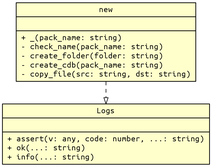
The Graphviz diagram docs/class-diagram.png in piface314/ygo-fabrica, before a commit. Its source is kept beside it as docs/class-diagram.dot.
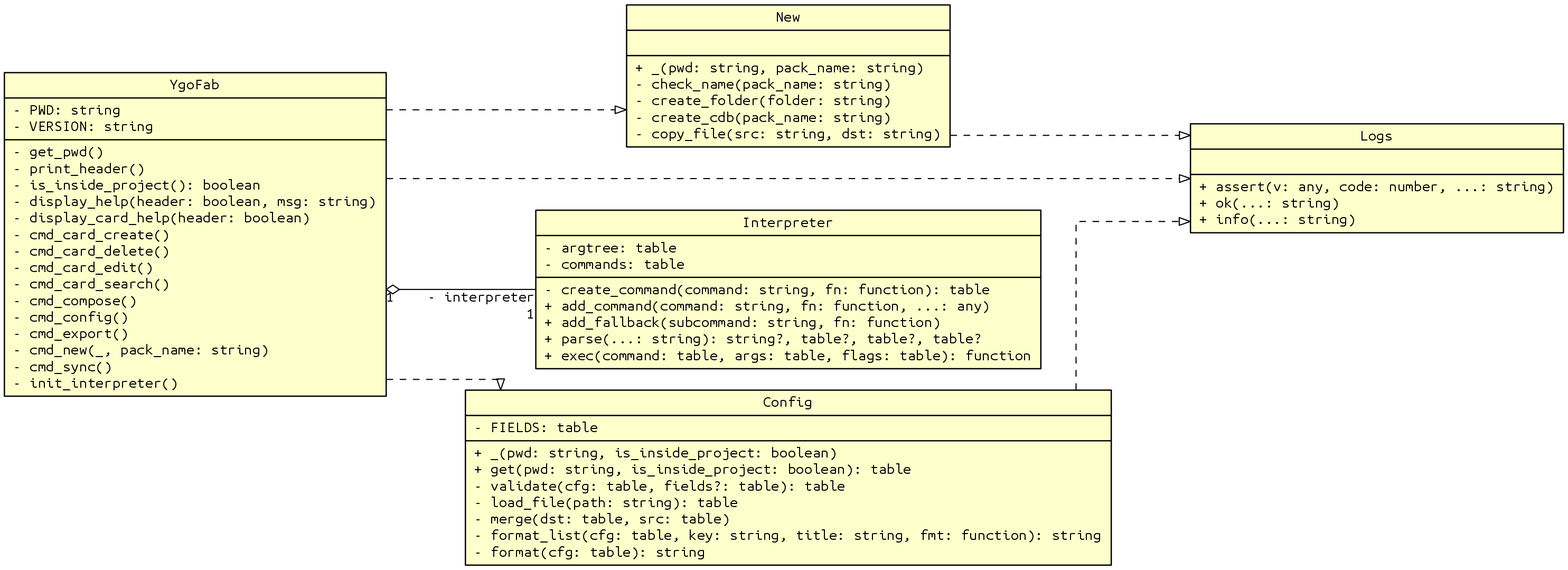
Above is the later version.

Commit message:
Improved config field validation

Change to the diagram source:
```diff
@@ -1,8 +1,10 @@
 digraph {
-  dpi = 200
+  dpi = 150
   splines = ortho
   fontname = "mono"
-  edge [fontname = "Ubuntu Mono"]
+  rankdir = "LR"
+  ranksep = 1
+  edge [fontname = "Ubuntu Mono", dir="both"]
   node [
     shape = record,
     fontname = "Ubuntu Mono",
@@ -10,8 +12,28 @@
     fillcolor = "#ffffcc",
     penwidth = 1.2
   ]
-  new [label="{ new | |
-+ _(pack_name: string)\l
+  ygofab [label=" YgoFab |
+- PWD: string\l
+- VERSION: string\l
+  |
+- get_pwd()\l
+- print_header()\l
+- is_inside_project(): boolean\l
+- display_help(header: boolean, msg: string)\l
+- display_card_help(header: boolean)\l
+- cmd_card_create()\l
+- cmd_card_delete()\l
+- cmd_card_edit()\l
+- cmd_card_search()\l
+- cmd_compose()\l
+- cmd_config()\l
+- cmd_export()\l
+- cmd_new(_, pack_name: string)\l
+- cmd_sync()\l
+- init_interpreter()\l
+  "]
+  new [label=" New | |
++ _(pwd: string, pack_name: string)\l
 - check_name(pack_name: string)\l
 - create_folder(folder: string)\l
 - create_cdb(pack_name: string)\l
@@ -21,6 +43,62 @@
 + assert(v: any, code: number, ...: string)\l
 + ok(...: string)\l
 + info(...: string)\l
-  }"]
-  new -> logs [style = "dashed", arrowhead = "empty"];
+  "]
+  interpreter [label=" Interpreter |
+- argtree: table\l
+- commands: table\l
+  |
+- create_command(command: string, fn: function): table\l
++ add_command(command: string, fn: function, ...: any)\l
++ add_fallback(subcommand: string, fn: function)\l
++ parse(...: string): string?, table?, table?, table?\l
++ exec(command: table, args: table, flags: table): function\l
+  "]
+  logs [label=" Logs | |
++ assert(v: any, code: number, ...: string)\l
++ ok(...: string)\l
++ info(...: string)\l
+  "]
+  config [label=" Config |
+- FIELDS: table\l
+  |
++ _(pwd: string, is_inside_project: boolean)\l
++ get(pwd: string, is_inside_project: boolean): table\l
+- validate(cfg: table, fields?: table): table\l
+- load_file(path: string): table\l
+- merge(dst: table, src: table)\l
+- format_list(cfg: table, key: string, title: string, fmt: function): string\l
+- format(cfg: table): string\l
+  "]
+  ygofab -> interpreter [
+    taillabel="1"
+    headlabel="- interpreter\r1\r"
+    arrowtail="odiamond"
+    arrowhead="none"
+  ]
+  ygofab -> logs [
+    style = "dashed"
+    arrowhead = "empty"
+    arrowtail = "none"
+  ]
+  new -> logs [
+    style = "dashed"
+    arrowhead = "empty"
+    arrowtail = "none"
+  ]
+  config -> logs [
+    style = "dashed"
+    arrowhead = "empty"
+    arrowtail = "none"
+  ]
+  ygofab -> new [
+    style = "dashed"
+    arrowhead = "empty"
+    arrowtail = "none"
+  ]
+  ygofab -> config [
+    style = "dashed"
+    arrowhead = "empty"
+    arrowtail = "none"
+  ]
 }
```
